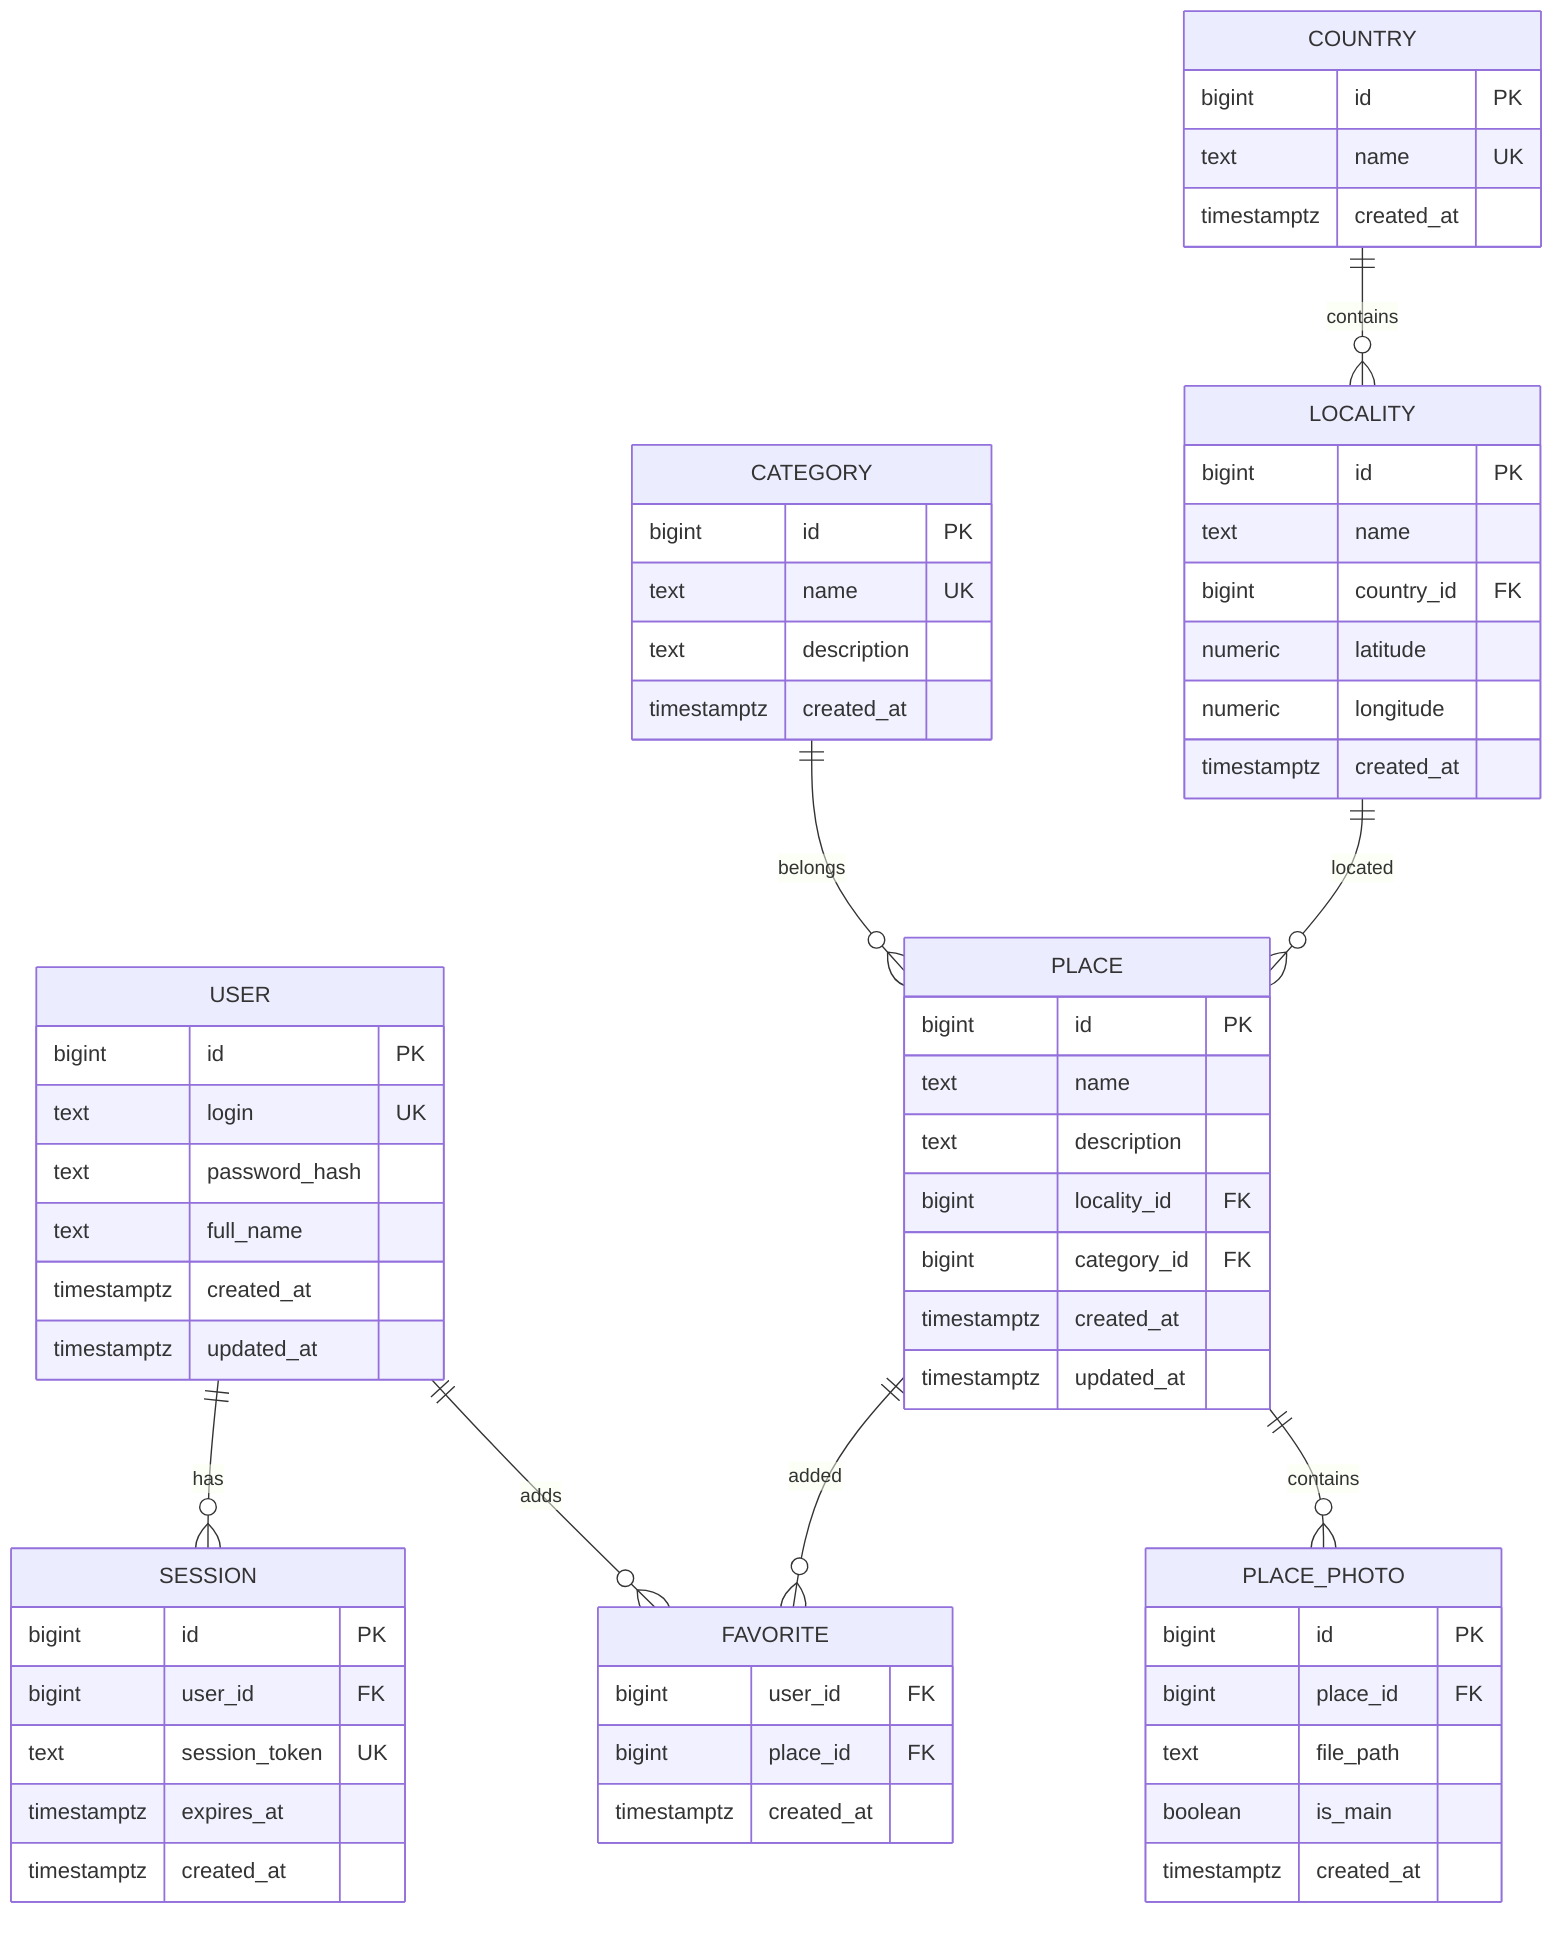
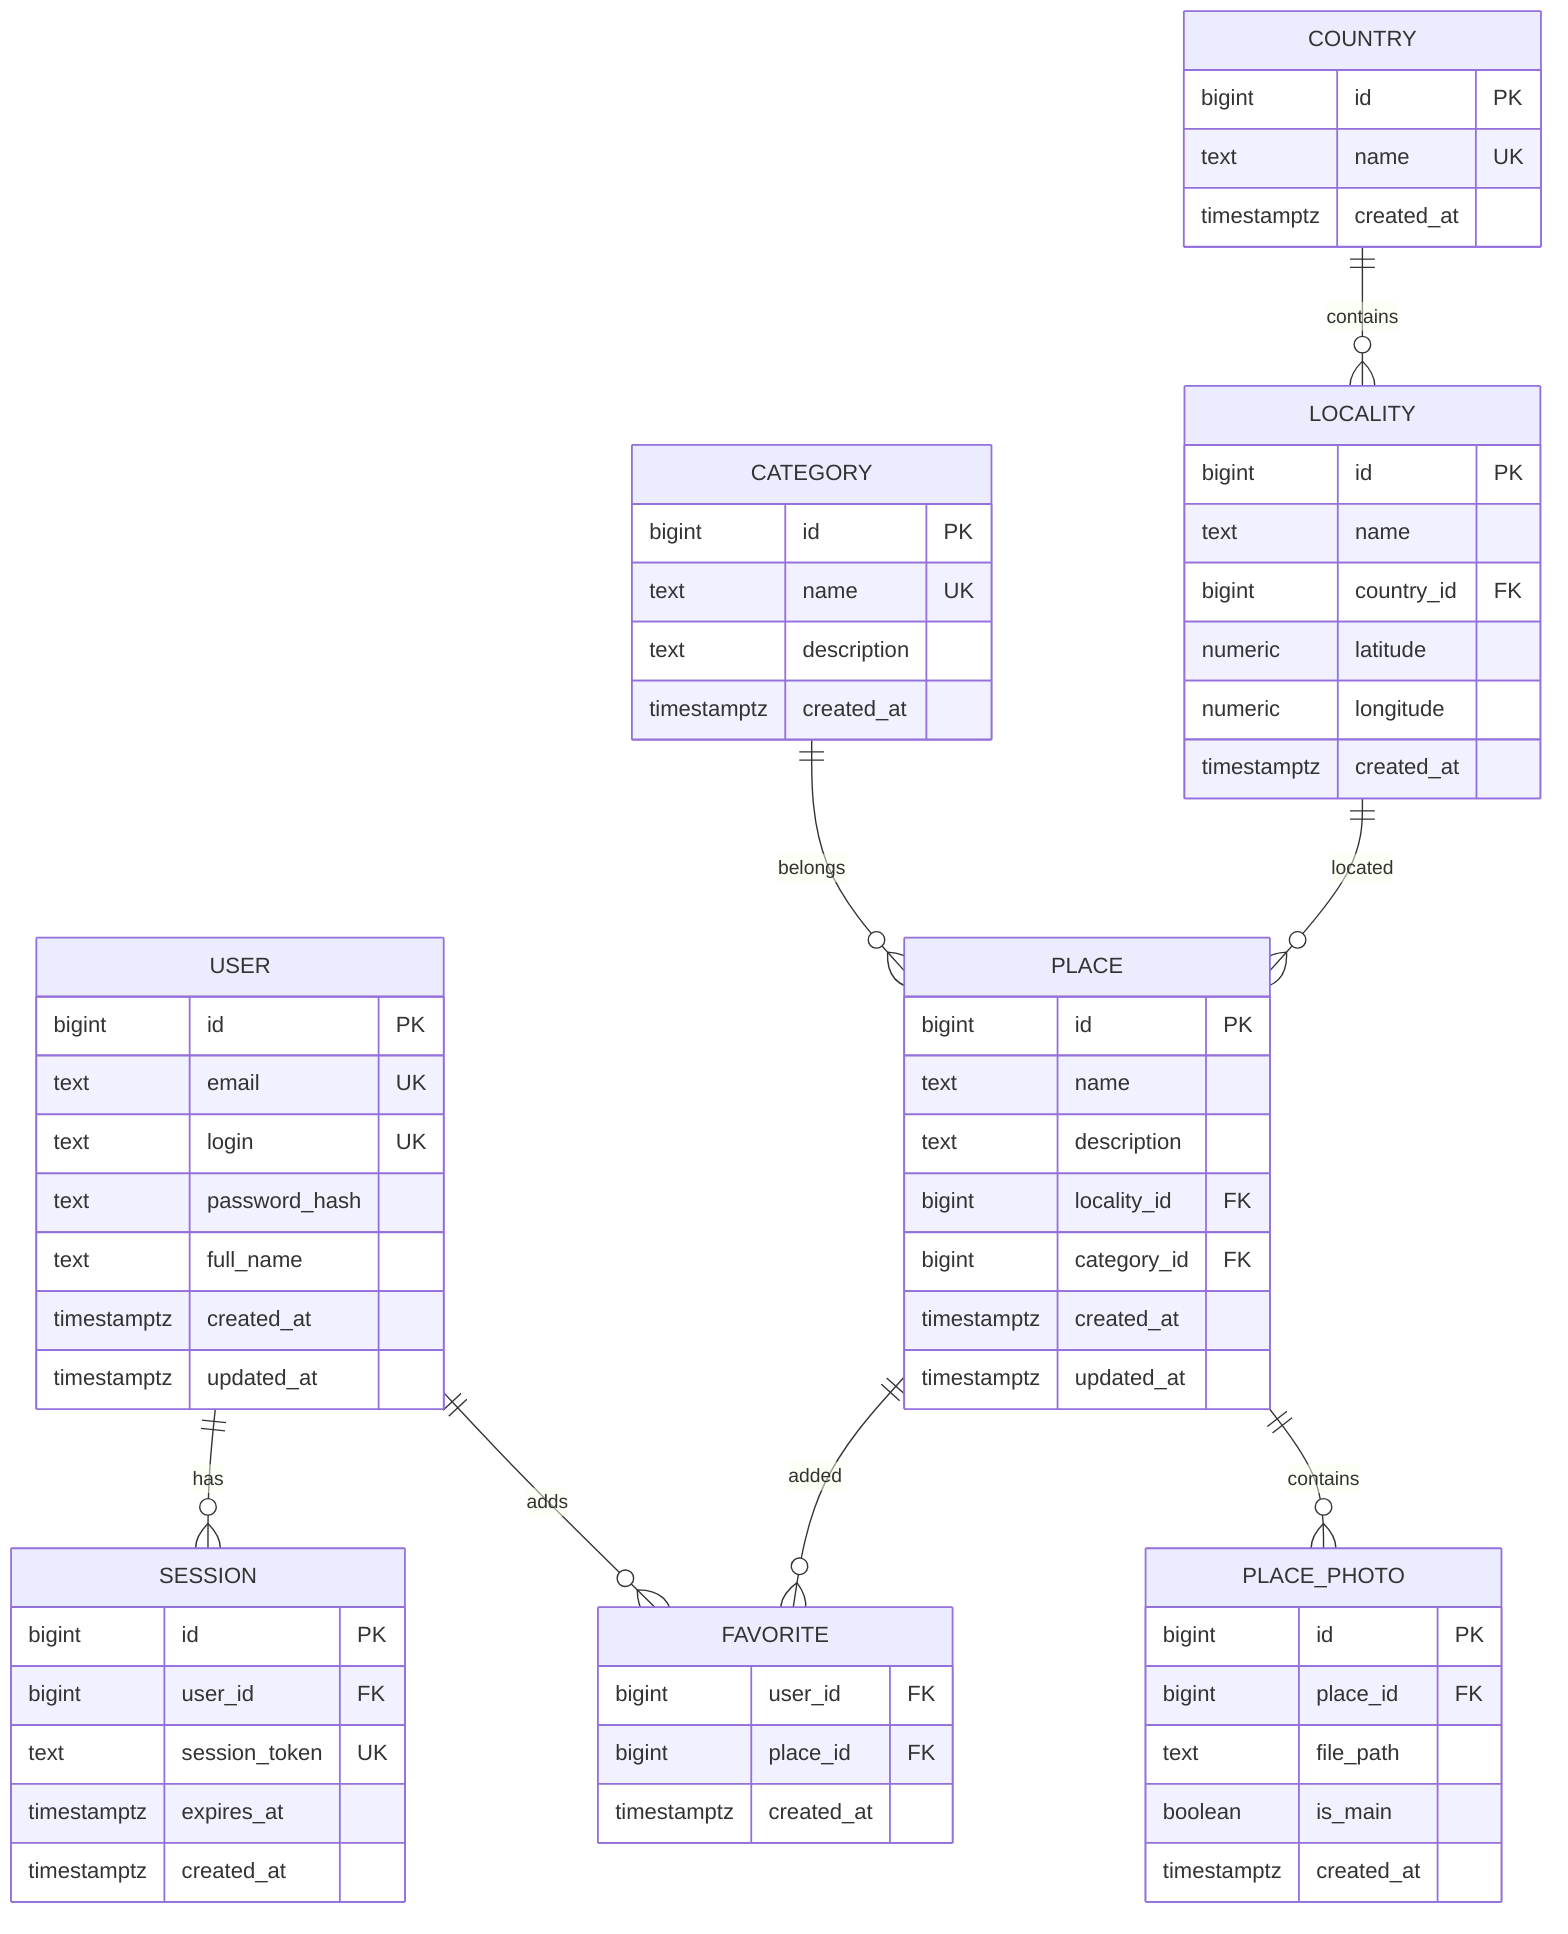
erDiagram
    USER ||--o{ SESSION : has
    USER ||--o{ FAVORITE : adds
    PLACE ||--o{ FAVORITE : added
    PLACE ||--o{ PLACE_PHOTO : contains
    CATEGORY ||--o{ PLACE : belongs
    LOCALITY ||--o{ PLACE : located
    COUNTRY ||--o{ LOCALITY : contains

    USER {
        bigint id PK
+         text email UK
        text login UK
        text password_hash
        text full_name
        timestamptz created_at
        timestamptz updated_at
    }

    SESSION {
        bigint id PK
        bigint user_id FK
        text session_token UK
        timestamptz expires_at
        timestamptz created_at
    }

    FAVORITE {
        bigint user_id FK
        bigint place_id FK
        timestamptz created_at
    }

    PLACE {
        bigint id PK
        text name
        text description
        bigint locality_id FK
        bigint category_id FK
        timestamptz created_at
        timestamptz updated_at
    }

    PLACE_PHOTO {
        bigint id PK
        bigint place_id FK
        text file_path
        boolean is_main
        timestamptz created_at
    }

    CATEGORY {
        bigint id PK
        text name UK
        text description
        timestamptz created_at
    }

    LOCALITY {
        bigint id PK
        text name
        bigint country_id FK
        numeric latitude
        numeric longitude
        timestamptz created_at
    }

    COUNTRY {
        bigint id PK
        text name UK
        timestamptz created_at
    }